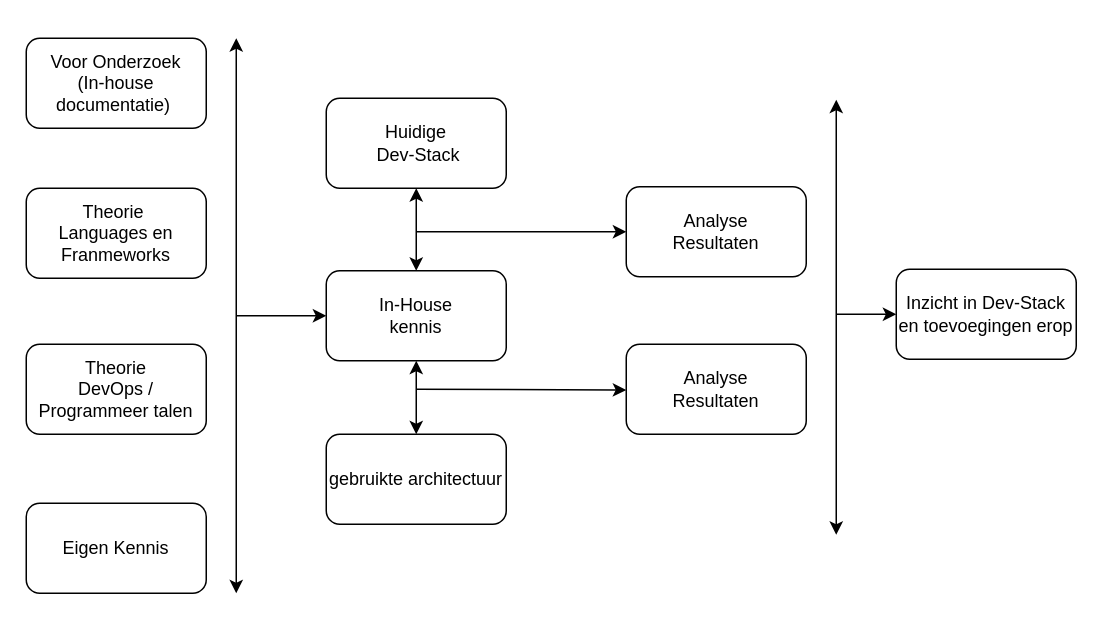
The draw.io diagram page "OndMdlES" (4 of 7) of gfx/verslag graphix.drawio in codefink2020/afstudeerverslag, before the edit. Source tidied: cells renumbered, new cells numbered last; positions are measured from the earlier drawing's top-left corner, leaving out a move shared by most shapes. Both pictures are drawn from the tidied source at 150%, with x=0, y=0 at pixel (26, 38).
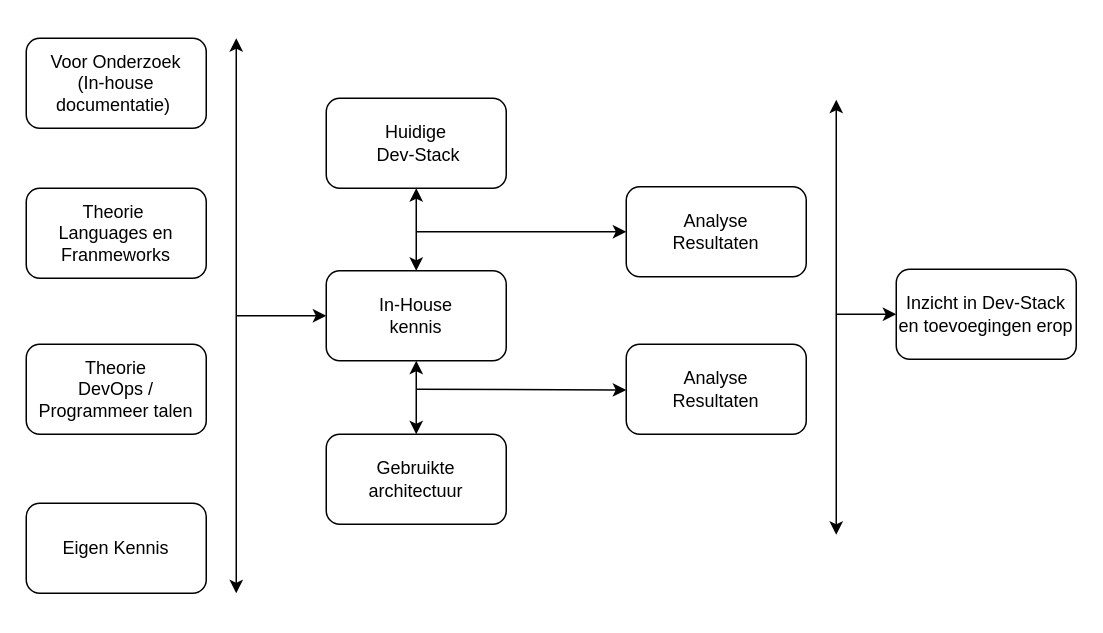
The same page after the edit.

Diff of the diagram source:
```diff
@@
-    <mxCell id="15" value="gebruikte architectuur" style="rounded=1;whiteSpace=wrap;html=1;" parent="1" vertex="1">
+    <mxCell id="15" value="Gebruikte architectuur" style="rounded=1;whiteSpace=wrap;html=1;" parent="1" vertex="1">
       <mxGeometry x="200" y="264" width="120" height="60" as="geometry" />
     </mxCell>
```
